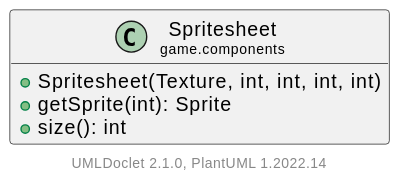
Above: doc/javadoc/game/components/Spritesheet.svg in Hirschiii/JavaGameEngine (PlantUML), before the change.
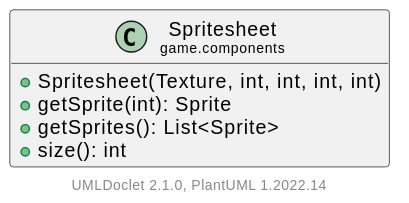
After the change.

Diff of the diagram source:
```diff
@@ -6,6 +6,7 @@
     class "<size:14>Spritesheet\n<size:10>game.components" as game.components.Spritesheet [[Spritesheet.html]] {
         +Spritesheet(Texture, int, int, int, int)
         +getSprite(int): Sprite
+        +getSprites(): List<Sprite>
         +size(): int
     }
 
```
